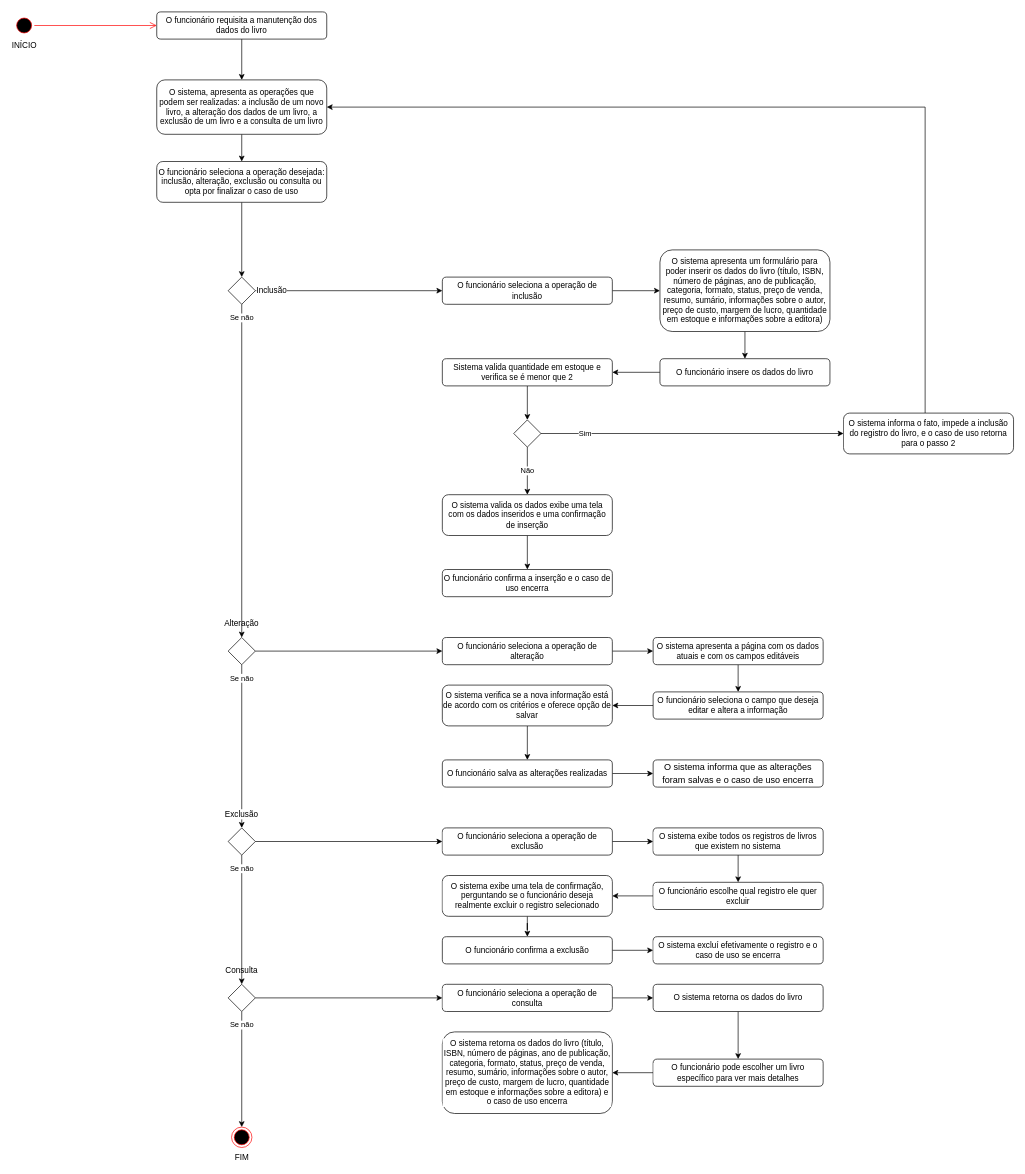
d4vwdi/engenharia-software keeps this draw.io diagram as Diagramas de atividade/Caso de uso 05.drawio. Above is the earlier version. Source tidied: cells renumbered, new cells numbered last; positions are measured from the earlier drawing's top-left corner, leaving out a move shared by most shapes. Both pictures are drawn from the tidied source at 68%, with x=0, y=0 at pixel (14, 12).
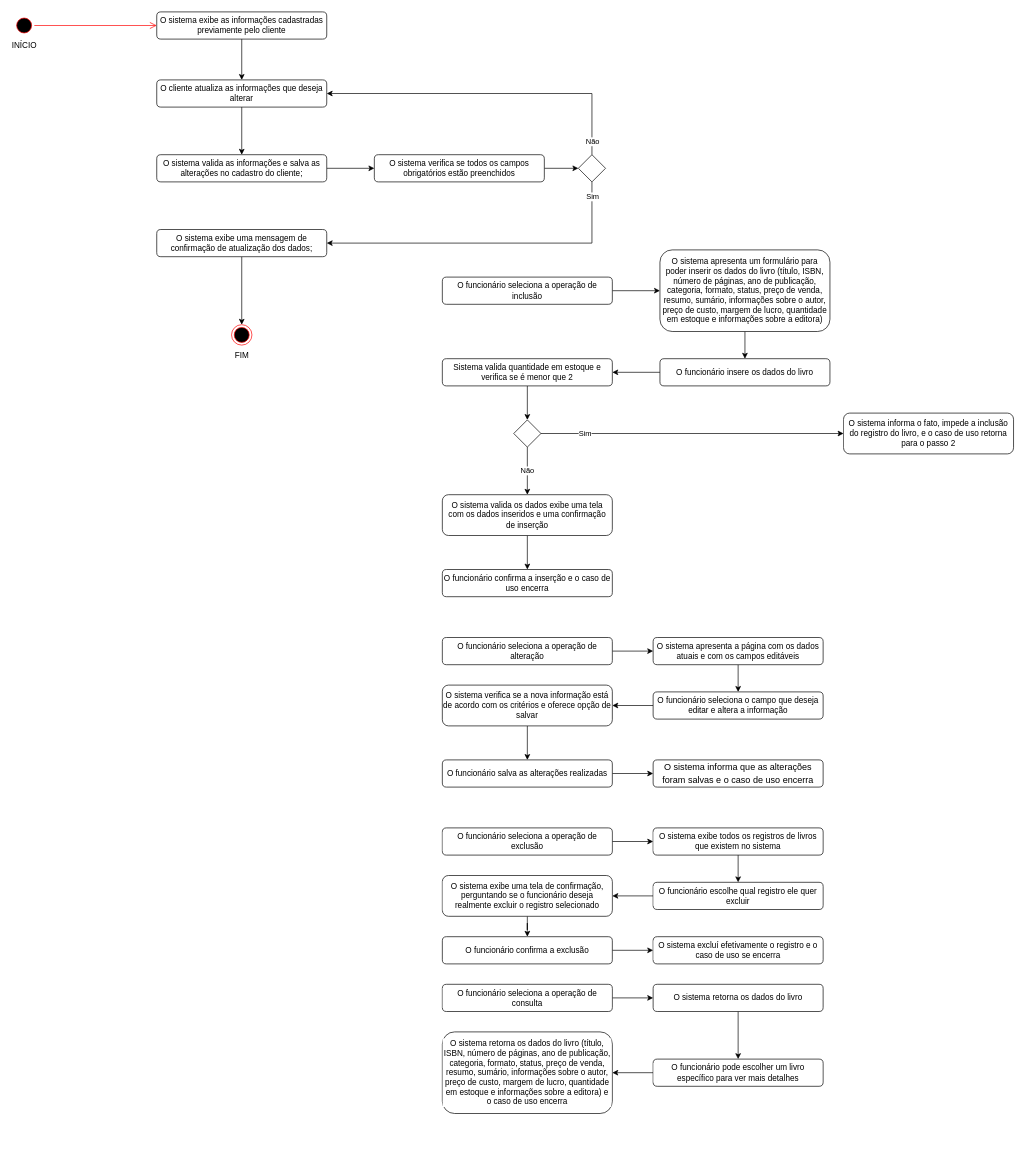
The same page after the edit.

Commit message:
Caso de uso 06.drawio

The change refers to these unchanged cells:
```xml
<mxCell id="12" value="O funcionário seleciona a operação de inclusão" style="rounded=1;whiteSpace=wrap;html=1;verticalAlign=middle;align=center;" parent="1" vertex="1">
  <mxGeometry x="630" y="390" width="250" height="40" as="geometry" />
</mxCell>
<mxCell id="24" value="O funcionário seleciona a operação de alteração" style="rounded=1;whiteSpace=wrap;html=1;verticalAlign=middle;align=center;" parent="1" vertex="1">
  <mxGeometry x="630" y="920" width="250" height="40" as="geometry" />
</mxCell>
<mxCell id="35" value="O funcionário seleciona a operação de exclusão" style="rounded=1;whiteSpace=wrap;html=1;verticalAlign=middle;labelBackgroundColor=default;align=center;" parent="1" vertex="1">
  <mxGeometry x="630" y="1200" width="250" height="40" as="geometry" />
</mxCell>
<mxCell id="49" value="O funcionário seleciona a operação de consulta" style="rounded=1;whiteSpace=wrap;html=1;labelBackgroundColor=default;" parent="1" vertex="1">
  <mxGeometry x="630" y="1430" width="250" height="40" as="geometry" />
</mxCell>
<mxCell id="61" value="O sistema informa o fato, impede a inclusão do registro do livro, e o caso de uso retorna para o passo 2" style="rounded=1;whiteSpace=wrap;html=1;labelBackgroundColor=default;" parent="1" vertex="1">
  <mxGeometry x="1220" y="590" width="250" height="60" as="geometry" />
</mxCell>
```

Diff of the diagram source:
```diff
@@
-    <mxCell id="5" value="O funcionário requisita a manutenção dos dados do livro" style="rounded=1;whiteSpace=wrap;html=1;verticalAlign=middle;align=center;" parent="1" vertex="1">
+    <mxCell id="5" value="O sistema exibe as informações cadastradas previamente pelo cliente" style="rounded=1;whiteSpace=wrap;html=1;verticalAlign=middle;align=center;" parent="1" vertex="1">
       <mxGeometry x="210" width="250" height="40" as="geometry" />
     </mxCell>
-    <mxCell id="6" style="edgeStyle=orthogonalEdgeStyle;rounded=0;jettySize=auto;html=1;" parent="1" edge="1" source="7" target="64">
-      <mxGeometry relative="1" as="geometry" />
-    </mxCell>
+    <mxCell id="68" style="edgeStyle=orthogonalEdgeStyle;rounded=0;jettySize=auto;html=1;" parent="1" edge="1" source="7" target="72">
+      <mxGeometry relative="1" as="geometry" />
+    </mxCell>
-    <mxCell id="7" value="O funcionário seleciona a operação desejada: inclusão, alteração, exclusão ou consulta ou opta por finalizar o caso de uso" style="rounded=1;whiteSpace=wrap;html=1;verticalAlign=middle;align=center;" parent="1" vertex="1">
-      <mxGeometry x="210" y="220" width="250" height="60" as="geometry" />
+    <mxCell id="7" value="O sistema valida as informações e salva as alterações no cadastro do cliente;" style="rounded=1;whiteSpace=wrap;html=1;verticalAlign=middle;align=center;" parent="1" vertex="1">
+      <mxGeometry x="210" y="210" width="250" height="40" as="geometry" />
     </mxCell>
     <mxCell id="8" value="&lt;div&gt;FIM&lt;/div&gt;" style="ellipse;html=1;shape=endState;fillColor=#000000;strokeColor=#ff0000;align=center;verticalAlign=middle;labelPosition=center;verticalLabelPosition=bottom;" parent="1" vertex="1">
-      <mxGeometry x="320" y="1640" width="30" height="30" as="geometry" />
+      <mxGeometry x="320" y="460" width="30" height="30" as="geometry" />
     </mxCell>
@@
-    <mxCell id="10" value="O sistema, apresenta as operações que podem ser realizadas: a inclusão de um novo livro, a alteração dos dados de um livro, a exclusão de um livro e a consulta de um livro" style="rounded=1;whiteSpace=wrap;html=1;verticalAlign=middle;align=center;" parent="1" vertex="1">
-      <mxGeometry x="210" y="100" width="250" height="80" as="geometry" />
+    <mxCell id="10" value="O cliente atualiza as informações que deseja alterar" style="rounded=1;whiteSpace=wrap;html=1;verticalAlign=middle;align=center;" parent="1" vertex="1">
+      <mxGeometry x="210" y="100" width="250" height="40" as="geometry" />
     </mxCell>
@@
-    <mxCell id="20" style="edgeStyle=orthogonalEdgeStyle;rounded=0;jettySize=auto;html=1;" parent="1" edge="1" source="22" target="24">
-      <mxGeometry relative="1" as="geometry" />
-    </mxCell>
-    <mxCell id="21" value="Se não" style="edgeStyle=orthogonalEdgeStyle;rounded=0;jettySize=auto;html=1;" parent="1" edge="1" source="22" target="67">
-      <mxGeometry x="-0.83" relative="1" as="geometry" />
-    </mxCell>
-    <mxCell id="22" value="Alteração" style="rhombus;whiteSpace=wrap;html=1;labelPosition=center;verticalLabelPosition=top;align=center;verticalAlign=middle;labelBackgroundColor=default;" parent="1" vertex="1">
-      <mxGeometry x="315" y="920" width="40" height="40" as="geometry" />
-    </mxCell>
@@
-    <mxCell id="45" style="edgeStyle=orthogonalEdgeStyle;rounded=0;jettySize=auto;html=1;" parent="1" edge="1" source="47" target="49">
-      <mxGeometry relative="1" as="geometry" />
-    </mxCell>
-    <mxCell id="46" value="Se não" style="edgeStyle=orthogonalEdgeStyle;rounded=0;jettySize=auto;html=1;" parent="1" edge="1" source="47" target="8">
-      <mxGeometry x="-0.76" relative="1" as="geometry" />
-    </mxCell>
-    <mxCell id="47" value="Consulta" style="rhombus;whiteSpace=wrap;html=1;labelPosition=center;verticalLabelPosition=top;align=center;verticalAlign=middle;labelBackgroundColor=default;" parent="1" vertex="1">
-      <mxGeometry x="315" y="1430" width="40" height="40" as="geometry" />
-    </mxCell>
@@
-    <mxCell id="60" style="edgeStyle=orthogonalEdgeStyle;rounded=0;jettySize=auto;html=1;entryX=1;entryY=0.5;entryDx=0;entryDy=0;" parent="1" edge="1" source="61" target="10">
-      <mxGeometry relative="1" as="geometry">
-        <Array as="points">
-          <mxPoint x="1340" y="140" />
-        </Array>
-      </mxGeometry>
-    </mxCell>
@@
-    <mxCell id="62" style="edgeStyle=orthogonalEdgeStyle;rounded=0;jettySize=auto;html=1;" parent="1" edge="1" source="64" target="12">
-      <mxGeometry relative="1" as="geometry" />
-    </mxCell>
-    <mxCell id="63" value="Se não" style="edgeStyle=orthogonalEdgeStyle;rounded=0;jettySize=auto;html=1;" parent="1" edge="1" source="64" target="22">
-      <mxGeometry x="-0.92" relative="1" as="geometry" />
-    </mxCell>
-    <mxCell id="64" value="Inclusão" style="rhombus;whiteSpace=wrap;html=1;labelPosition=right;verticalLabelPosition=middle;align=left;verticalAlign=middle;labelBackgroundColor=default;" parent="1" vertex="1">
-      <mxGeometry x="315" y="390" width="40" height="40" as="geometry" />
-    </mxCell>
-    <mxCell id="65" style="edgeStyle=orthogonalEdgeStyle;rounded=0;jettySize=auto;html=1;" parent="1" edge="1" source="67" target="35">
-      <mxGeometry relative="1" as="geometry" />
-    </mxCell>
-    <mxCell id="66" value="Se não" style="edgeStyle=orthogonalEdgeStyle;rounded=0;jettySize=auto;html=1;" parent="1" edge="1" source="67" target="47">
-      <mxGeometry x="-0.79" relative="1" as="geometry" />
-    </mxCell>
-    <mxCell id="67" value="Exclusão" style="rhombus;whiteSpace=wrap;html=1;labelPosition=center;verticalLabelPosition=top;align=center;verticalAlign=middle;labelBackgroundColor=default;" parent="1" vertex="1">
-      <mxGeometry x="315" y="1200" width="40" height="40" as="geometry" />
-    </mxCell>
+    <mxCell id="69" style="edgeStyle=orthogonalEdgeStyle;rounded=0;jettySize=auto;html=1;" parent="1" edge="1" source="70" target="8">
+      <mxGeometry relative="1" as="geometry" />
+    </mxCell>
+    <mxCell id="70" value="O sistema exibe uma mensagem de confirmação de atualização dos dados;" style="whiteSpace=wrap;html=1;rounded=1;" parent="1" vertex="1">
+      <mxGeometry x="210" y="320" width="250" height="40" as="geometry" />
+    </mxCell>
+    <mxCell id="71" style="edgeStyle=orthogonalEdgeStyle;rounded=0;jettySize=auto;html=1;entryX=0;entryY=0.5;entryDx=0;entryDy=0;" parent="1" edge="1" source="72" target="77">
+      <mxGeometry relative="1" as="geometry" />
+    </mxCell>
+    <mxCell id="72" value="O sistema verifica se todos os campos obrigatórios estão preenchidos" style="whiteSpace=wrap;html=1;rounded=1;" parent="1" vertex="1">
+      <mxGeometry x="530" y="210" width="250" height="40" as="geometry" />
+    </mxCell>
+    <mxCell id="73" style="edgeStyle=orthogonalEdgeStyle;rounded=0;jettySize=auto;html=1;entryX=1;entryY=0.5;entryDx=0;entryDy=0;labelPosition=center;verticalLabelPosition=bottom;align=center;verticalAlign=top;" parent="1" edge="1" source="77" target="10">
+      <mxGeometry relative="1" as="geometry">
+        <Array as="points">
+          <mxPoint x="850" y="120" />
+        </Array>
+      </mxGeometry>
+    </mxCell>
+    <mxCell id="74" value="Não" style="edgeLabel;html=1;align=center;verticalAlign=middle;" parent="73" vertex="1">
+      <mxGeometry x="-0.73" y="-3" relative="1" as="geometry">
+        <mxPoint x="-3" y="45" as="offset" />
+      </mxGeometry>
+    </mxCell>
+    <mxCell id="75" style="edgeStyle=orthogonalEdgeStyle;rounded=0;jettySize=auto;html=1;entryX=1;entryY=0.5;entryDx=0;entryDy=0;" parent="1" edge="1" source="77" target="70">
+      <mxGeometry relative="1" as="geometry">
+        <Array as="points">
+          <mxPoint x="850" y="340" />
+        </Array>
+      </mxGeometry>
+    </mxCell>
+    <mxCell id="76" value="Sim" style="edgeLabel;html=1;align=center;verticalAlign=middle;" parent="75" vertex="1">
+      <mxGeometry x="-0.85" relative="1" as="geometry">
+        <mxPoint y="-15" as="offset" />
+      </mxGeometry>
+    </mxCell>
+    <mxCell id="77" style="rhombus;whiteSpace=wrap;html=1;" parent="1" vertex="1">
+      <mxGeometry x="830" y="210" width="40" height="40" as="geometry" />
+    </mxCell>
```
